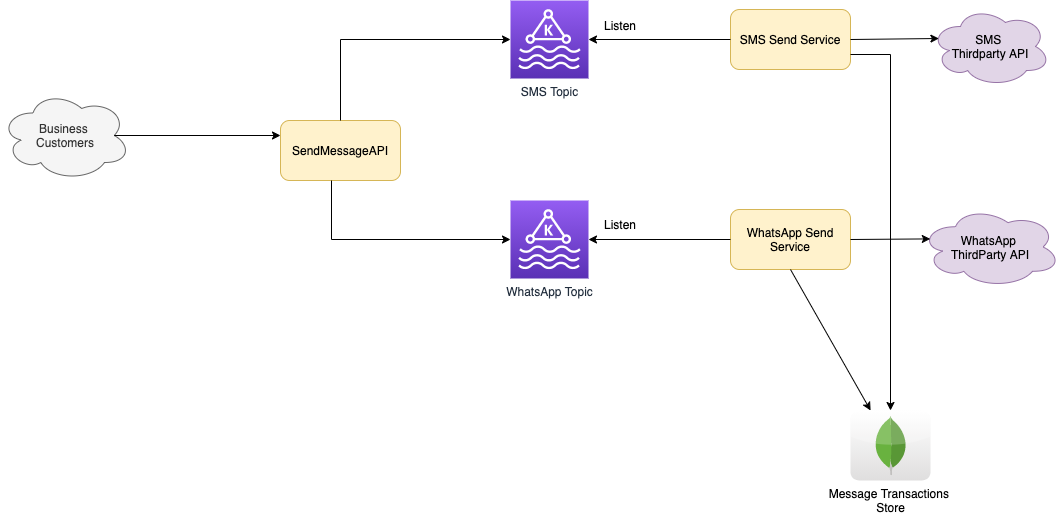
Before: src/3_HLDDesignProblems/TwilloSendMessageAPI/assets/TwilloAPIDesign.drawio.png, a diagram exported from draw.io (Anshul619/HLD-System-Designs). Source tidied: cells renumbered, new cells last; positions are measured from the earlier drawing's top-left corner, leaving out a move shared by most shapes. The source it was exported from:
```xml
<mxGraphModel>
  <root>
    <mxCell id="0" />
    <mxCell id="1" parent="0" />
    <mxCell id="2" value="SendMessageAPI" style="rounded=1;whiteSpace=wrap;html=1;fillColor=#fff2cc;strokeColor=#d6b656;" parent="1" vertex="1">
      <mxGeometry x="280" y="120" width="120" height="60" as="geometry" />
    </mxCell>
    <mxCell id="3" value="SMS Topic" style="sketch=0;points=[[0,0,0],[0.25,0,0],[0.5,0,0],[0.75,0,0],[1,0,0],[0,1,0],[0.25,1,0],[0.5,1,0],[0.75,1,0],[1,1,0],[0,0.25,0],[0,0.5,0],[0,0.75,0],[1,0.25,0],[1,0.5,0],[1,0.75,0]];outlineConnect=0;fontColor=#232F3E;gradientColor=#945DF2;gradientDirection=north;fillColor=#5A30B5;strokeColor=#ffffff;dashed=0;verticalLabelPosition=bottom;verticalAlign=top;align=center;html=1;fontSize=12;fontStyle=0;shape=mxgraph.aws4.resourceIcon;resIcon=mxgraph.aws4.managed_streaming_for_kafka;" parent="1" vertex="1">
      <mxGeometry x="510" width="78" height="78" as="geometry" />
    </mxCell>
    <mxCell id="4" value="WhatsApp Topic" style="sketch=0;points=[[0,0,0],[0.25,0,0],[0.5,0,0],[0.75,0,0],[1,0,0],[0,1,0],[0.25,1,0],[0.5,1,0],[0.75,1,0],[1,1,0],[0,0.25,0],[0,0.5,0],[0,0.75,0],[1,0.25,0],[1,0.5,0],[1,0.75,0]];outlineConnect=0;fontColor=#232F3E;gradientColor=#945DF2;gradientDirection=north;fillColor=#5A30B5;strokeColor=#ffffff;dashed=0;verticalLabelPosition=bottom;verticalAlign=top;align=center;html=1;fontSize=12;fontStyle=0;shape=mxgraph.aws4.resourceIcon;resIcon=mxgraph.aws4.managed_streaming_for_kafka;" parent="1" vertex="1">
      <mxGeometry x="510" y="200" width="78" height="78" as="geometry" />
    </mxCell>
    <mxCell id="5" style="endArrow=classic;html=1;rounded=0;exitX=0.5;exitY=0;exitDx=0;exitDy=0;entryX=0;entryY=0.5;entryDx=0;entryDy=0;entryPerimeter=0;edgeStyle=orthogonalEdgeStyle;" parent="1" edge="1" source="2" target="3">
      <mxGeometry relative="1" as="geometry" />
    </mxCell>
    <mxCell id="6" style="endArrow=classic;html=1;rounded=0;exitX=0.425;exitY=1;exitDx=0;exitDy=0;exitPerimeter=0;edgeStyle=orthogonalEdgeStyle;entryX=0;entryY=0.5;entryDx=0;entryDy=0;entryPerimeter=0;" parent="1" edge="1" source="2" target="4">
      <mxGeometry relative="1" as="geometry" />
    </mxCell>
    <mxCell id="7" value="SMS Send Service" style="rounded=1;whiteSpace=wrap;html=1;fillColor=#fff2cc;strokeColor=#d6b656;" parent="1" vertex="1">
      <mxGeometry x="730" y="9" width="120" height="60" as="geometry" />
    </mxCell>
    <mxCell id="8" style="endArrow=classic;html=1;rounded=0;exitX=0;exitY=0.5;exitDx=0;exitDy=0;entryX=1;entryY=0.5;entryDx=0;entryDy=0;entryPerimeter=0;" parent="1" edge="1" source="7" target="3">
      <mxGeometry relative="1" as="geometry" />
    </mxCell>
    <mxCell id="9" value="WhatsApp Send Service" style="rounded=1;whiteSpace=wrap;html=1;fillColor=#fff2cc;strokeColor=#d6b656;" parent="1" vertex="1">
      <mxGeometry x="730" y="209" width="120" height="60" as="geometry" />
    </mxCell>
    <mxCell id="10" style="endArrow=classic;html=1;rounded=0;exitX=0;exitY=0.5;exitDx=0;exitDy=0;" parent="1" edge="1" source="9" target="4">
      <mxGeometry relative="1" as="geometry" />
    </mxCell>
    <mxCell id="11" style="endArrow=classic;html=1;rounded=0;exitX=0.5;exitY=1;exitDx=0;exitDy=0;" parent="1" edge="1" source="9" target="21">
      <mxGeometry relative="1" as="geometry" />
    </mxCell>
    <mxCell id="12" value="WhatsApp &lt;br&gt;ThirdParty API" style="ellipse;shape=cloud;whiteSpace=wrap;html=1;fillColor=#e1d5e7;strokeColor=#9673a6;" parent="1" vertex="1">
      <mxGeometry x="920" y="206" width="140" height="81" as="geometry" />
    </mxCell>
    <mxCell id="13" style="endArrow=classic;html=1;rounded=0;exitX=1;exitY=0.5;exitDx=0;exitDy=0;entryX=0.07;entryY=0.4;entryDx=0;entryDy=0;entryPerimeter=0;" parent="1" edge="1" source="9" target="12">
      <mxGeometry relative="1" as="geometry" />
    </mxCell>
    <mxCell id="14" value="SMS &lt;br&gt;Thirdparty API" style="ellipse;shape=cloud;whiteSpace=wrap;html=1;fillColor=#e1d5e7;strokeColor=#9673a6;" parent="1" vertex="1">
      <mxGeometry x="930" y="6" width="120" height="80" as="geometry" />
    </mxCell>
    <mxCell id="15" style="endArrow=classic;html=1;rounded=0;exitX=1;exitY=0.5;exitDx=0;exitDy=0;entryX=0.07;entryY=0.4;entryDx=0;entryDy=0;entryPerimeter=0;" parent="1" edge="1" source="7" target="14">
      <mxGeometry relative="1" as="geometry" />
    </mxCell>
    <mxCell id="16" value="Business &lt;br&gt;Customers" style="ellipse;shape=cloud;whiteSpace=wrap;html=1;fillColor=#f5f5f5;fontColor=#333333;strokeColor=#666666;" parent="1" vertex="1">
      <mxGeometry y="90" width="130" height="90" as="geometry" />
    </mxCell>
    <mxCell id="17" style="endArrow=classic;html=1;rounded=0;exitX=0.875;exitY=0.5;exitDx=0;exitDy=0;exitPerimeter=0;entryX=0;entryY=0.25;entryDx=0;entryDy=0;" parent="1" edge="1" source="16" target="2">
      <mxGeometry relative="1" as="geometry" />
    </mxCell>
    <mxCell id="18" style="endArrow=classic;html=1;rounded=0;exitX=1;exitY=0.75;exitDx=0;exitDy=0;edgeStyle=orthogonalEdgeStyle;" parent="1" edge="1" source="7" target="21">
      <mxGeometry relative="1" as="geometry" />
    </mxCell>
    <mxCell id="19" value="Listen" style="text;html=1;strokeColor=none;fillColor=none;align=center;verticalAlign=middle;whiteSpace=wrap;rounded=0;" parent="1" vertex="1">
      <mxGeometry x="590" y="10" width="60" height="30" as="geometry" />
    </mxCell>
    <mxCell id="20" value="Listen" style="text;html=1;strokeColor=none;fillColor=none;align=center;verticalAlign=middle;whiteSpace=wrap;rounded=0;" parent="1" vertex="1">
      <mxGeometry x="590" y="209" width="60" height="30" as="geometry" />
    </mxCell>
    <mxCell id="21" value="&lt;span style=&quot;&quot;&gt;Message Transactions &lt;br&gt;Store&lt;/span&gt;" style="dashed=0;outlineConnect=0;html=1;align=center;labelPosition=center;verticalLabelPosition=bottom;verticalAlign=top;shape=mxgraph.webicons.mongodb;gradientColor=#DFDEDE;" parent="1" vertex="1">
      <mxGeometry x="850" y="410" width="80" height="70" as="geometry" />
    </mxCell>
  </root>
</mxGraphModel>
```
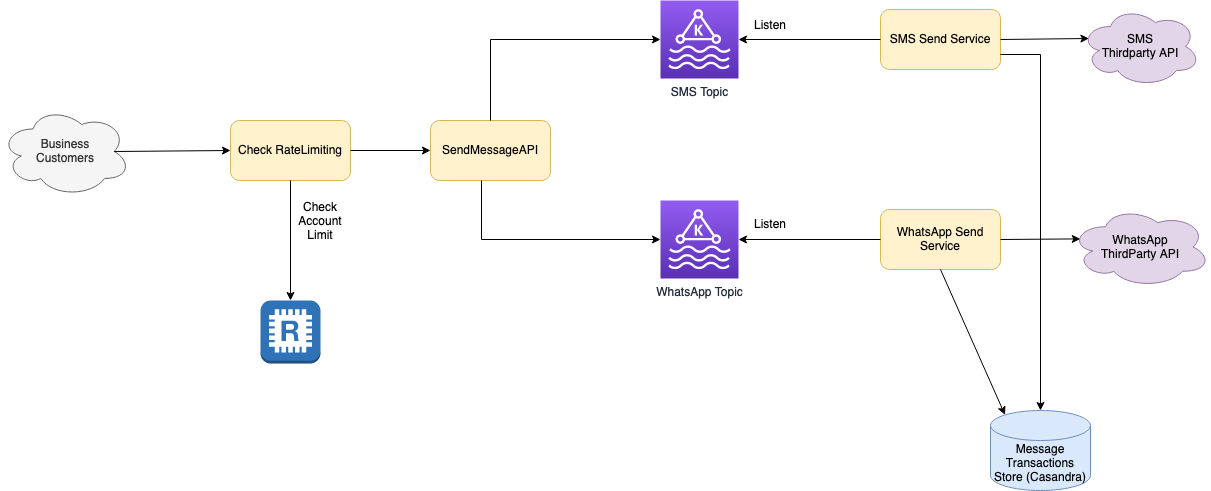
The same file after the commit.

Commit message:
Twillo Message

The edit, as a diff of the source:
```diff
@@ -29,7 +29,7 @@
     <mxCell id="10" style="endArrow=classic;html=1;rounded=0;exitX=0;exitY=0.5;exitDx=0;exitDy=0;" parent="1" edge="1" source="9" target="4">
       <mxGeometry relative="1" as="geometry" />
     </mxCell>
-    <mxCell id="11" style="endArrow=classic;html=1;rounded=0;exitX=0.5;exitY=1;exitDx=0;exitDy=0;" parent="1" edge="1" source="9" target="21">
+    <mxCell id="11" style="endArrow=classic;html=1;rounded=0;exitX=0.5;exitY=1;exitDx=0;exitDy=0;entryX=0.145;entryY=0;entryDx=0;entryDy=4.35;entryPerimeter=0;" parent="1" edge="1" source="9" target="27">
       <mxGeometry relative="1" as="geometry" />
     </mxCell>
     <mxCell id="12" value="WhatsApp &lt;br&gt;ThirdParty API" style="ellipse;shape=cloud;whiteSpace=wrap;html=1;fillColor=#e1d5e7;strokeColor=#9673a6;" parent="1" vertex="1">
@@ -45,12 +45,12 @@
       <mxGeometry relative="1" as="geometry" />
     </mxCell>
     <mxCell id="16" value="Business &lt;br&gt;Customers" style="ellipse;shape=cloud;whiteSpace=wrap;html=1;fillColor=#f5f5f5;fontColor=#333333;strokeColor=#666666;" parent="1" vertex="1">
-      <mxGeometry y="90" width="130" height="90" as="geometry" />
+      <mxGeometry x="-150" y="106" width="130" height="90" as="geometry" />
     </mxCell>
-    <mxCell id="17" style="endArrow=classic;html=1;rounded=0;exitX=0.875;exitY=0.5;exitDx=0;exitDy=0;exitPerimeter=0;entryX=0;entryY=0.25;entryDx=0;entryDy=0;" parent="1" edge="1" source="16" target="2">
+    <mxCell id="17" style="endArrow=classic;html=1;rounded=0;exitX=0.875;exitY=0.5;exitDx=0;exitDy=0;exitPerimeter=0;entryX=0;entryY=0.5;entryDx=0;entryDy=0;" parent="1" edge="1" source="16" target="22">
       <mxGeometry relative="1" as="geometry" />
     </mxCell>
-    <mxCell id="18" style="endArrow=classic;html=1;rounded=0;exitX=1;exitY=0.75;exitDx=0;exitDy=0;edgeStyle=orthogonalEdgeStyle;" parent="1" edge="1" source="7" target="21">
+    <mxCell id="18" style="endArrow=classic;html=1;rounded=0;exitX=1;exitY=0.75;exitDx=0;exitDy=0;edgeStyle=orthogonalEdgeStyle;entryX=0.5;entryY=0;entryDx=0;entryDy=0;entryPerimeter=0;" parent="1" edge="1" source="7" target="27">
       <mxGeometry relative="1" as="geometry" />
     </mxCell>
     <mxCell id="19" value="Listen" style="text;html=1;strokeColor=none;fillColor=none;align=center;verticalAlign=middle;whiteSpace=wrap;rounded=0;" parent="1" vertex="1">
@@ -59,8 +59,23 @@
     <mxCell id="20" value="Listen" style="text;html=1;strokeColor=none;fillColor=none;align=center;verticalAlign=middle;whiteSpace=wrap;rounded=0;" parent="1" vertex="1">
       <mxGeometry x="590" y="209" width="60" height="30" as="geometry" />
     </mxCell>
-    <mxCell id="21" value="&lt;span style=&quot;&quot;&gt;Message Transactions &lt;br&gt;Store&lt;/span&gt;" style="dashed=0;outlineConnect=0;html=1;align=center;labelPosition=center;verticalLabelPosition=bottom;verticalAlign=top;shape=mxgraph.webicons.mongodb;gradientColor=#DFDEDE;" parent="1" vertex="1">
-      <mxGeometry x="850" y="410" width="80" height="70" as="geometry" />
-    </mxCell>
+    <mxCell id="22" value="Check RateLimiting" style="rounded=1;whiteSpace=wrap;html=1;fillColor=#fff2cc;strokeColor=#d6b656;" parent="1" vertex="1">
+      <mxGeometry x="80" y="120" width="120" height="60" as="geometry" />
+    </mxCell>
+    <mxCell id="23" style="outlineConnect=0;dashed=0;verticalLabelPosition=bottom;verticalAlign=top;align=center;html=1;shape=mxgraph.aws3.redis;fillColor=#2E73B8;gradientColor=none;" parent="1" vertex="1">
+      <mxGeometry x="110" y="300" width="60" height="63" as="geometry" />
+    </mxCell>
+    <mxCell id="24" style="endArrow=classic;html=1;rounded=0;exitX=0.5;exitY=1;exitDx=0;exitDy=0;entryX=0.5;entryY=0;entryDx=0;entryDy=0;entryPerimeter=0;" parent="1" edge="1" source="22" target="23">
+      <mxGeometry relative="1" as="geometry" />
+    </mxCell>
+    <mxCell id="25" style="endArrow=classic;html=1;rounded=0;exitX=1;exitY=0.5;exitDx=0;exitDy=0;entryX=0;entryY=0.5;entryDx=0;entryDy=0;" parent="1" edge="1" source="22" target="2">
+      <mxGeometry relative="1" as="geometry" />
+    </mxCell>
+    <mxCell id="26" value="Check Account Limit" style="text;html=1;strokeColor=none;fillColor=none;align=center;verticalAlign=middle;whiteSpace=wrap;rounded=0;" parent="1" vertex="1">
+      <mxGeometry x="140" y="206" width="60" height="30" as="geometry" />
+    </mxCell>
+    <mxCell id="27" value="&lt;span style=&quot;&quot;&gt;Message Transactions &lt;br&gt;Store&lt;/span&gt; (Casandra)" style="shape=cylinder3;whiteSpace=wrap;html=1;boundedLbl=1;backgroundOutline=1;size=15;fillColor=#dae8fc;strokeColor=#6c8ebf;" parent="1" vertex="1">
+      <mxGeometry x="840" y="410" width="100" height="80" as="geometry" />
+    </mxCell>
   </root>
 </mxGraphModel>
```
